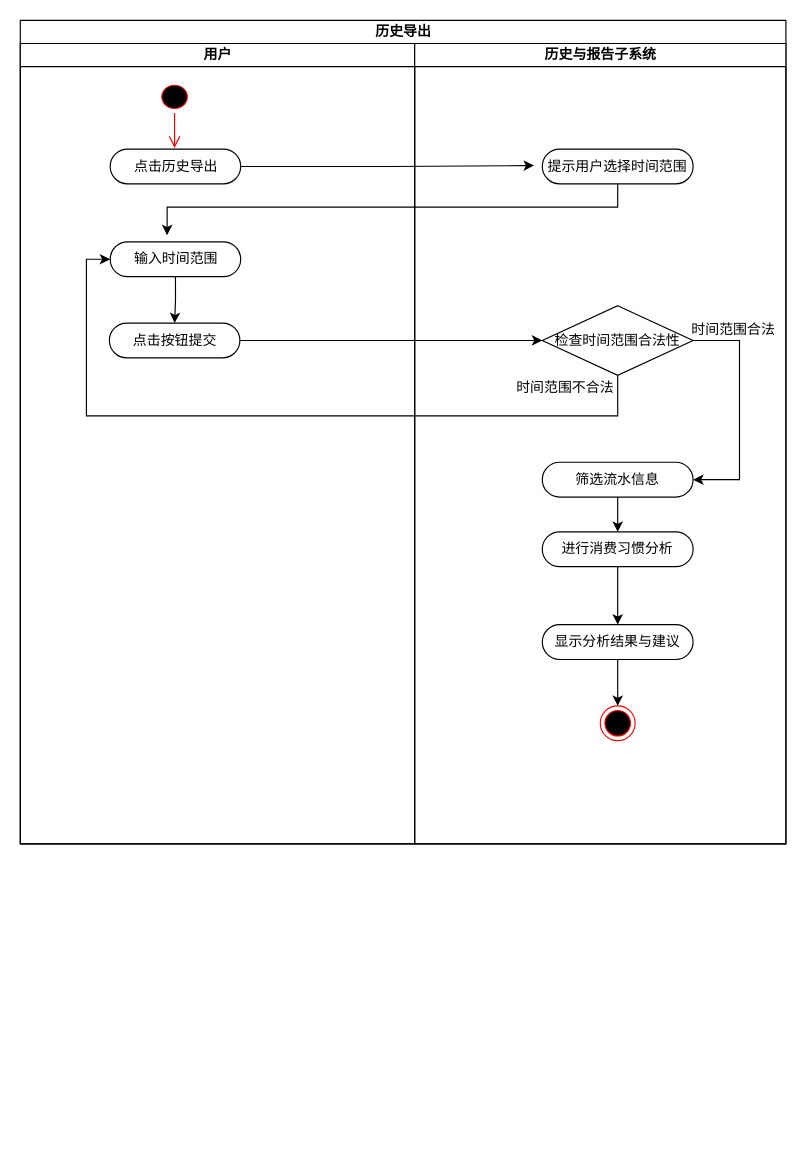
Above: 历史导出活动图.drawio in PomeloLemon/SoftwareDiagrams (draw.io), before the change. Source tidied: cells renumbered, new cells numbered last; positions are measured from the earlier drawing's top-left corner, leaving out a move shared by most shapes. Both pictures are drawn from the tidied source at 116%, with x=0, y=0 at pixel (20, 20).
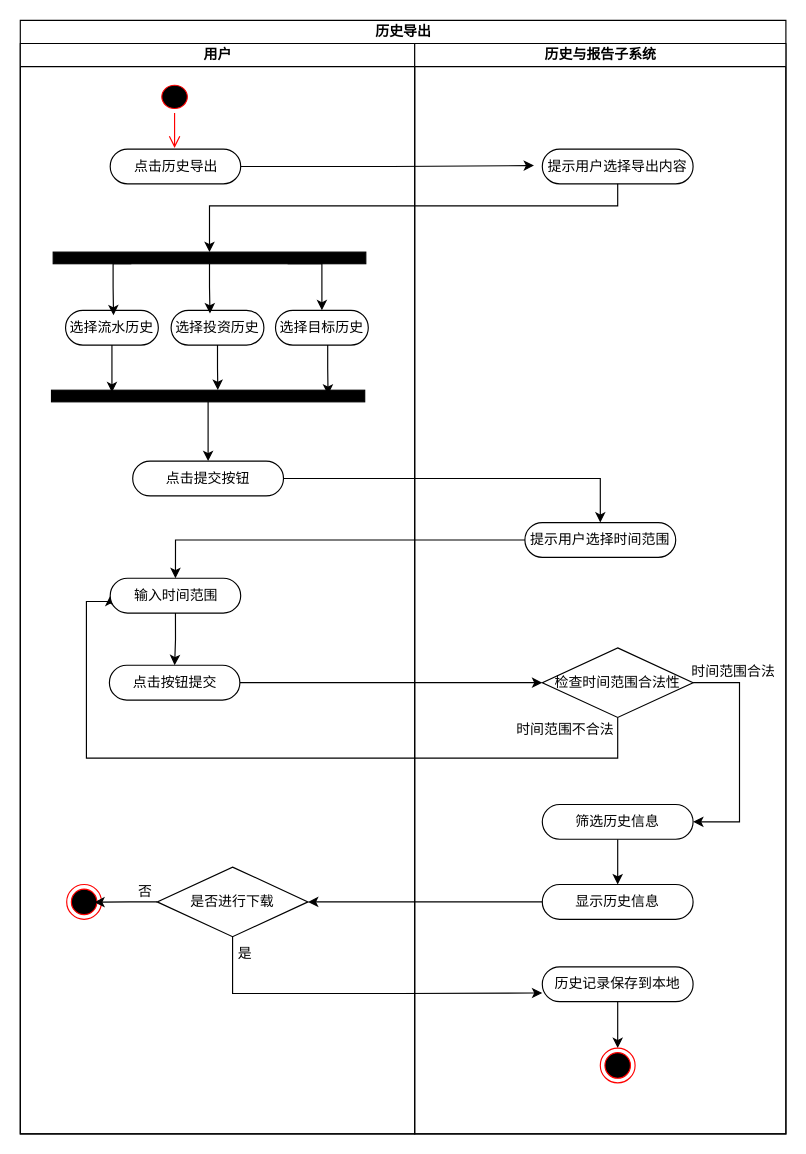
After the change.

Commit message (it also covers changes not shown here):
更新历史导出活动图.drawio

What changed in the source:
```diff
@@
     <mxCell id="2" value="历史导出" style="swimlane;startSize=20;html=1;" parent="1" vertex="1">
-      <mxGeometry width="660" height="710" as="geometry" />
+      <mxGeometry width="660" height="960" as="geometry" />
     </mxCell>
@@
-    <mxCell id="4" style="edgeStyle=orthogonalEdgeStyle;rounded=0;jettySize=auto;html=1;entryX=0.436;entryY=-0.192;entryDx=0;entryDy=0;entryPerimeter=0;" parent="2" edge="1" source="15" target="12">
-      <mxGeometry relative="1" as="geometry">
-        <Array as="points">
-          <mxPoint x="515" y="161" />
-          <mxPoint x="127" y="161" />
-        </Array>
-      </mxGeometry>
-    </mxCell>
@@
     <mxCell id="6" style="edgeStyle=orthogonalEdgeStyle;rounded=0;jettySize=auto;html=1;entryX=0;entryY=0.5;entryDx=0;entryDy=0;" parent="2" edge="1" source="17" target="12">
       <mxGeometry relative="1" as="geometry">
         <Array as="points">
-          <mxPoint x="515" y="341" />
-          <mxPoint x="57" y="341" />
-          <mxPoint x="57" y="206" />
+          <mxPoint x="515" y="636" />
+          <mxPoint x="57" y="636" />
+          <mxPoint x="57" y="501" />
         </Array>
       </mxGeometry>
     </mxCell>
     <mxCell id="7" value="用户" style="swimlane;startSize=20;html=1;" parent="2" vertex="1">
-      <mxGeometry y="20" width="340" height="690" as="geometry" />
+      <mxGeometry y="20" width="340" height="940" as="geometry" />
     </mxCell>
@@
     <mxCell id="12" value="输入时间范围" style="rounded=1;whiteSpace=wrap;html=1;shadow=0;comic=0;labelBackgroundColor=none;strokeWidth=1;fontFamily=Verdana;fontSize=12;align=center;arcSize=50;" parent="7" vertex="1">
-      <mxGeometry x="77.5" y="171" width="112.5" height="30" as="geometry" />
+      <mxGeometry x="77.5" y="461" width="112.5" height="30" as="geometry" />
     </mxCell>
     <mxCell id="13" value="点击按钮提交" style="rounded=1;whiteSpace=wrap;html=1;shadow=0;comic=0;labelBackgroundColor=none;strokeWidth=1;fontFamily=Verdana;fontSize=12;align=center;arcSize=50;" parent="7" vertex="1">
-      <mxGeometry x="76.8" y="241" width="112.5" height="30" as="geometry" />
+      <mxGeometry x="76.8" y="536" width="112.5" height="30" as="geometry" />
     </mxCell>
+    <mxCell id="27" style="edgeStyle=orthogonalEdgeStyle;rounded=0;jettySize=auto;html=1;exitX=0.25;exitY=0;exitDx=0;exitDy=0;entryX=0.5;entryY=0;entryDx=0;entryDy=0;" parent="7" edge="1" source="28" target="39">
+      <mxGeometry relative="1" as="geometry">
+        <Array as="points">
+          <mxPoint x="260" y="190" />
+        </Array>
+      </mxGeometry>
+    </mxCell>
+    <mxCell id="28" style="whiteSpace=wrap;html=1;rounded=0;shadow=0;comic=0;labelBackgroundColor=none;strokeWidth=1;fillColor=#000000;fontFamily=Verdana;fontSize=12;align=center;rotation=90;direction=south;" parent="7" vertex="1">
+      <mxGeometry x="158.1" y="50.1" width="10" height="269.5" as="geometry" />
+    </mxCell>
+    <mxCell id="29" style="edgeStyle=orthogonalEdgeStyle;rounded=0;jettySize=auto;html=1;exitX=0.5;exitY=0;exitDx=0;exitDy=0;" parent="7" edge="1" source="30" target="31">
+      <mxGeometry relative="1" as="geometry" />
+    </mxCell>
+    <mxCell id="30" style="whiteSpace=wrap;html=1;rounded=0;shadow=0;comic=0;labelBackgroundColor=none;strokeWidth=1;fillColor=#000000;fontFamily=Verdana;fontSize=12;align=center;rotation=90;direction=south;" parent="7" vertex="1">
+      <mxGeometry x="156.9" y="168.9" width="10" height="270" as="geometry" />
+    </mxCell>
+    <mxCell id="31" value="点击提交按钮" style="rounded=1;whiteSpace=wrap;html=1;shadow=0;comic=0;labelBackgroundColor=none;strokeWidth=1;fontFamily=Verdana;fontSize=12;align=center;arcSize=50;" parent="7" vertex="1">
+      <mxGeometry x="96.9" y="360" width="130" height="30" as="geometry" />
+    </mxCell>
+    <mxCell id="32" value="是否进行下载" style="rhombus;whiteSpace=wrap;html=1;" parent="7" vertex="1">
+      <mxGeometry x="118" y="710" width="130" height="60" as="geometry" />
+    </mxCell>
+    <mxCell id="33" value="是" style="text;html=1;strokeColor=none;fillColor=none;align=center;verticalAlign=middle;whiteSpace=wrap;rounded=0;" parent="7" vertex="1">
+      <mxGeometry x="164" y="770" width="60" height="30" as="geometry" />
+    </mxCell>
+    <mxCell id="34" style="ellipse;html=1;shape=endState;fillColor=#000000;strokeColor=#ff0000;" parent="7" vertex="1">
+      <mxGeometry x="40" y="725" width="30" height="30" as="geometry" />
+    </mxCell>
+    <mxCell id="35" style="edgeStyle=orthogonalEdgeStyle;rounded=0;jettySize=auto;html=1;entryX=0.793;entryY=0.511;entryDx=0;entryDy=0;entryPerimeter=0;" parent="7" edge="1" source="32" target="34">
+      <mxGeometry relative="1" as="geometry" />
+    </mxCell>
+    <mxCell id="36" value="否" style="text;html=1;strokeColor=none;fillColor=none;align=center;verticalAlign=middle;whiteSpace=wrap;rounded=0;" parent="7" vertex="1">
+      <mxGeometry x="77.7" y="716" width="60" height="30" as="geometry" />
+    </mxCell>
+    <mxCell id="37" value="选择流水历史" style="rounded=1;whiteSpace=wrap;html=1;shadow=0;comic=0;labelBackgroundColor=none;strokeWidth=1;fontFamily=Verdana;fontSize=12;align=center;arcSize=50;" parent="7" vertex="1">
+      <mxGeometry x="39" y="230" width="80" height="30" as="geometry" />
+    </mxCell>
+    <mxCell id="38" value="选择投资历史" style="rounded=1;whiteSpace=wrap;html=1;shadow=0;comic=0;labelBackgroundColor=none;strokeWidth=1;fontFamily=Verdana;fontSize=12;align=center;arcSize=50;" parent="7" vertex="1">
+      <mxGeometry x="130" y="230" width="80" height="30" as="geometry" />
+    </mxCell>
+    <mxCell id="39" value="选择目标历史" style="rounded=1;whiteSpace=wrap;html=1;shadow=0;comic=0;labelBackgroundColor=none;strokeWidth=1;fontFamily=Verdana;fontSize=12;align=center;arcSize=50;" parent="7" vertex="1">
+      <mxGeometry x="220" y="230" width="80" height="30" as="geometry" />
+    </mxCell>
+    <mxCell id="40" style="edgeStyle=orthogonalEdgeStyle;rounded=0;jettySize=auto;html=1;exitX=0.75;exitY=0;exitDx=0;exitDy=0;entryX=0.517;entryY=0.145;entryDx=0;entryDy=0;entryPerimeter=0;" parent="7" edge="1" source="28" target="37">
+      <mxGeometry relative="1" as="geometry">
+        <Array as="points">
+          <mxPoint x="80" y="190" />
+          <mxPoint x="80" y="210" />
+          <mxPoint x="81" y="210" />
+        </Array>
+      </mxGeometry>
+    </mxCell>
+    <mxCell id="41" style="edgeStyle=orthogonalEdgeStyle;rounded=0;jettySize=auto;html=1;entryX=0.419;entryY=0.09;entryDx=0;entryDy=0;entryPerimeter=0;" parent="7" edge="1" source="28" target="38">
+      <mxGeometry relative="1" as="geometry" />
+    </mxCell>
+    <mxCell id="42" style="edgeStyle=orthogonalEdgeStyle;rounded=0;jettySize=auto;html=1;entryX=0.807;entryY=0.819;entryDx=0;entryDy=0;entryPerimeter=0;" parent="7" edge="1" source="37" target="30">
+      <mxGeometry relative="1" as="geometry" />
+    </mxCell>
+    <mxCell id="43" style="edgeStyle=orthogonalEdgeStyle;rounded=0;jettySize=auto;html=1;entryX=0.469;entryY=1.023;entryDx=0;entryDy=0;entryPerimeter=0;" parent="7" edge="1" source="38" target="30">
+      <mxGeometry relative="1" as="geometry" />
+    </mxCell>
+    <mxCell id="44" style="edgeStyle=orthogonalEdgeStyle;rounded=0;jettySize=auto;html=1;entryX=0.117;entryY=0.615;entryDx=0;entryDy=0;entryPerimeter=0;" parent="7" edge="1" source="39" target="30">
+      <mxGeometry relative="1" as="geometry">
+        <Array as="points">
+          <mxPoint x="265" y="280" />
+          <mxPoint x="265" y="280" />
+        </Array>
+      </mxGeometry>
+    </mxCell>
     <mxCell id="14" value="历史与报告子系统" style="swimlane;startSize=20;html=1;" parent="2" vertex="1">
-      <mxGeometry x="340" y="20" width="320" height="690" as="geometry" />
+      <mxGeometry x="340" y="20" width="320" height="940" as="geometry" />
     </mxCell>
-    <mxCell id="15" value="提示用户选择时间范围" style="rounded=1;whiteSpace=wrap;html=1;shadow=0;comic=0;labelBackgroundColor=none;strokeWidth=1;fontFamily=Verdana;fontSize=12;align=center;arcSize=50;" parent="14" vertex="1">
+    <mxCell id="15" value="提示用户选择导出内容" style="rounded=1;whiteSpace=wrap;html=1;shadow=0;comic=0;labelBackgroundColor=none;strokeWidth=1;fontFamily=Verdana;fontSize=12;align=center;arcSize=50;" parent="14" vertex="1">
       <mxGeometry x="110" y="91" width="130" height="30" as="geometry" />
     </mxCell>
     <mxCell id="16" style="edgeStyle=orthogonalEdgeStyle;rounded=0;jettySize=auto;html=1;entryX=1;entryY=0.5;entryDx=0;entryDy=0;" parent="14" edge="1" source="17" target="20">
       <mxGeometry relative="1" as="geometry">
         <Array as="points">
-          <mxPoint x="280" y="256" />
-          <mxPoint x="280" y="376" />
+          <mxPoint x="280" y="551" />
+          <mxPoint x="280" y="671" />
         </Array>
       </mxGeometry>
     </mxCell>
     <mxCell id="17" value="检查时间范围合法性" style="rhombus;whiteSpace=wrap;html=1;" parent="14" vertex="1">
-      <mxGeometry x="110" y="226" width="130" height="60" as="geometry" />
+      <mxGeometry x="110" y="521" width="130" height="60" as="geometry" />
     </mxCell>
     <mxCell id="18" value="时间范围不合法" style="text;html=1;strokeColor=none;fillColor=none;align=center;verticalAlign=middle;whiteSpace=wrap;rounded=0;" parent="14" vertex="1">
-      <mxGeometry x="85" y="282" width="90" height="30" as="geometry" />
+      <mxGeometry x="85" y="577" width="90" height="30" as="geometry" />
     </mxCell>
@@
-    <mxCell id="20" value="筛选流水信息" style="rounded=1;whiteSpace=wrap;html=1;shadow=0;comic=0;labelBackgroundColor=none;strokeWidth=1;fontFamily=Verdana;fontSize=12;align=center;arcSize=50;" parent="14" vertex="1">
-      <mxGeometry x="110" y="361" width="130" height="30" as="geometry" />
+    <mxCell id="20" value="筛选历史信息" style="rounded=1;whiteSpace=wrap;html=1;shadow=0;comic=0;labelBackgroundColor=none;strokeWidth=1;fontFamily=Verdana;fontSize=12;align=center;arcSize=50;" parent="14" vertex="1">
+      <mxGeometry x="110" y="656" width="130" height="30" as="geometry" />
     </mxCell>
     <mxCell id="21" value="时间范围合法" style="text;html=1;strokeColor=none;fillColor=none;align=center;verticalAlign=middle;whiteSpace=wrap;rounded=0;" parent="14" vertex="1">
-      <mxGeometry x="230" y="232" width="90" height="30" as="geometry" />
+      <mxGeometry x="230" y="527" width="90" height="30" as="geometry" />
     </mxCell>
-    <mxCell id="22" style="edgeStyle=orthogonalEdgeStyle;rounded=0;jettySize=auto;html=1;exitX=0.5;exitY=1;exitDx=0;exitDy=0;entryX=0.5;entryY=0;entryDx=0;entryDy=0;" parent="14" edge="1" source="23" target="25">
-      <mxGeometry relative="1" as="geometry" />
-    </mxCell>
-    <mxCell id="23" value="进行消费习惯分析" style="rounded=1;whiteSpace=wrap;html=1;shadow=0;comic=0;labelBackgroundColor=none;strokeWidth=1;fontFamily=Verdana;fontSize=12;align=center;arcSize=50;" parent="14" vertex="1">
-      <mxGeometry x="110" y="421" width="130" height="30" as="geometry" />
+    <mxCell id="23" value="显示历史信息" style="rounded=1;whiteSpace=wrap;html=1;shadow=0;comic=0;labelBackgroundColor=none;strokeWidth=1;fontFamily=Verdana;fontSize=12;align=center;arcSize=50;" parent="14" vertex="1">
+      <mxGeometry x="110" y="725" width="130" height="30" as="geometry" />
     </mxCell>
@@
-    <mxCell id="25" value="显示分析结果与建议" style="rounded=1;whiteSpace=wrap;html=1;shadow=0;comic=0;labelBackgroundColor=none;strokeWidth=1;fontFamily=Verdana;fontSize=12;align=center;arcSize=50;" parent="14" vertex="1">
-      <mxGeometry x="110" y="501" width="130" height="30" as="geometry" />
+    <mxCell id="25" value="历史记录保存到本地" style="rounded=1;whiteSpace=wrap;html=1;shadow=0;comic=0;labelBackgroundColor=none;strokeWidth=1;fontFamily=Verdana;fontSize=12;align=center;arcSize=50;" parent="14" vertex="1">
+      <mxGeometry x="110" y="796" width="130" height="30" as="geometry" />
     </mxCell>
     <mxCell id="26" style="ellipse;html=1;shape=endState;fillColor=#000000;strokeColor=#ff0000;" parent="14" vertex="1">
-      <mxGeometry x="160" y="571" width="30" height="30" as="geometry" />
+      <mxGeometry x="160" y="866" width="30" height="30" as="geometry" />
     </mxCell>
+    <mxCell id="45" value="提示用户选择时间范围" style="rounded=1;whiteSpace=wrap;html=1;shadow=0;comic=0;labelBackgroundColor=none;strokeWidth=1;fontFamily=Verdana;fontSize=12;align=center;arcSize=50;" parent="14" vertex="1">
+      <mxGeometry x="95" y="413" width="130" height="30" as="geometry" />
+    </mxCell>
+    <mxCell id="46" style="edgeStyle=orthogonalEdgeStyle;rounded=0;jettySize=auto;html=1;entryX=0.5;entryY=0;entryDx=0;entryDy=0;" parent="2" edge="1" source="45" target="12">
+      <mxGeometry relative="1" as="geometry" />
+    </mxCell>
+    <mxCell id="47" style="edgeStyle=orthogonalEdgeStyle;rounded=0;jettySize=auto;html=1;entryX=0.5;entryY=0;entryDx=0;entryDy=0;" parent="2" edge="1" source="31" target="45">
+      <mxGeometry relative="1" as="geometry" />
+    </mxCell>
+    <mxCell id="48" style="edgeStyle=orthogonalEdgeStyle;rounded=0;jettySize=auto;html=1;entryX=1;entryY=0.5;entryDx=0;entryDy=0;" parent="2" edge="1" source="23" target="32">
+      <mxGeometry relative="1" as="geometry" />
+    </mxCell>
+    <mxCell id="49" style="edgeStyle=orthogonalEdgeStyle;rounded=0;jettySize=auto;html=1;entryX=0;entryY=0.75;entryDx=0;entryDy=0;" parent="2" edge="1" source="32" target="25">
+      <mxGeometry relative="1" as="geometry">
+        <Array as="points">
+          <mxPoint x="183" y="839" />
+          <mxPoint x="328" y="839" />
+        </Array>
+      </mxGeometry>
+    </mxCell>
+    <mxCell id="50" style="edgeStyle=orthogonalEdgeStyle;rounded=0;jettySize=auto;html=1;entryX=0.5;entryY=1;entryDx=0;entryDy=0;" parent="2" edge="1" source="15" target="28">
+      <mxGeometry relative="1" as="geometry">
+        <Array as="points">
+          <mxPoint x="515" y="160" />
+          <mxPoint x="163" y="160" />
+        </Array>
+      </mxGeometry>
+    </mxCell>
```
